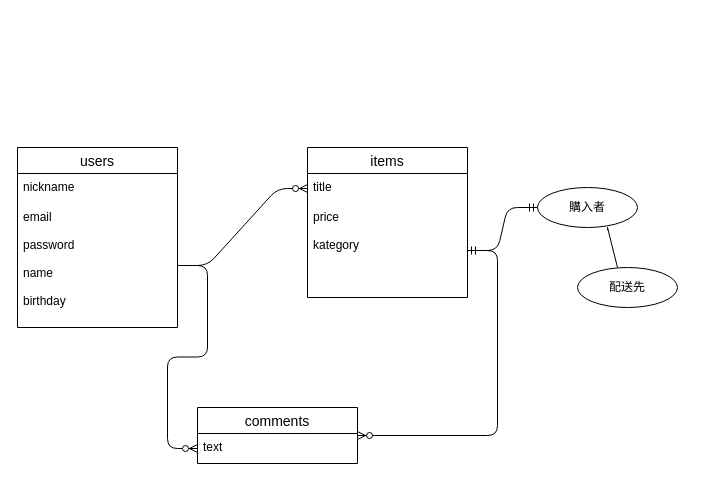
Before: furima.dio in YUYA1995/furima-35146, a draw.io diagram. Source tidied: cells renumbered, new cells numbered last; positions are measured from the earlier drawing's top-left corner, leaving out a move shared by most shapes. Both pictures are drawn from the tidied source at 100%, with x=0, y=0 at pixel (17, 147).
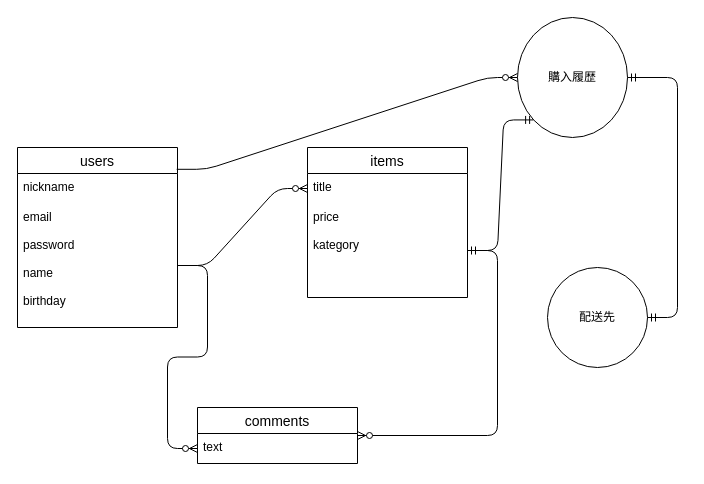
Above is the later version.

Commit message (it also covers changes not shown here):
6回目のデータベース修正

The edit, as a diff of the source:
```diff
@@
 <mxGraphModel>
   <root>
     <mxCell id="0" />
     <mxCell id="1" parent="0" />
     <mxCell id="2" value="users" style="swimlane;fontStyle=0;horizontal=1;startSize=26;align=center;fontSize=14;" parent="1" vertex="1">
       <mxGeometry width="160" height="180" as="geometry" />
     </mxCell>
     <mxCell id="3" value="nickname" style="text;strokeColor=none;fillColor=none;spacingLeft=4;spacingRight=4;overflow=hidden;points=[[0,0.5],[1,0.5]];portConstraint=eastwest;fontSize=12;" parent="2" vertex="1">
       <mxGeometry y="26" width="160" height="30" as="geometry" />
     </mxCell>
     <mxCell id="4" value="email&#10;&#10;password&#10;&#10;name&#10;&#10;birthday&#10;&#10;" style="text;strokeColor=none;fillColor=none;spacingLeft=4;spacingRight=4;overflow=hidden;points=[[0,0.5],[1,0.5]];portConstraint=eastwest;fontSize=12;" parent="2" vertex="1">
       <mxGeometry y="56" width="160" height="124" as="geometry" />
     </mxCell>
     <mxCell id="5" value="items" style="swimlane;fontStyle=0;horizontal=1;startSize=26;align=center;fontSize=14;" parent="1" vertex="1">
       <mxGeometry x="290" width="160" height="150" as="geometry" />
     </mxCell>
     <mxCell id="6" value="title &#10;&#10;" style="text;strokeColor=none;fillColor=none;spacingLeft=4;spacingRight=4;overflow=hidden;points=[[0,0.5],[1,0.5]];portConstraint=eastwest;fontSize=12;" parent="5" vertex="1">
       <mxGeometry y="26" width="160" height="30" as="geometry" />
     </mxCell>
     <mxCell id="7" value="price&#10;&#10;kategory&#10;&#10;" style="text;strokeColor=none;fillColor=none;spacingLeft=4;spacingRight=4;overflow=hidden;points=[[0,0.5],[1,0.5]];portConstraint=eastwest;fontSize=12;" parent="5" vertex="1">
       <mxGeometry y="56" width="160" height="94" as="geometry" />
     </mxCell>
     <mxCell id="8" style="edgeStyle=entityRelationEdgeStyle;fontSize=12;html=1;endArrow=ERzeroToMany;endFill=1;" parent="1" edge="1" source="4" target="6">
       <mxGeometry relative="1" as="geometry" />
     </mxCell>
     <mxCell id="9" value="comments" style="swimlane;fontStyle=0;horizontal=1;startSize=26;align=center;fontSize=14;" parent="1" vertex="1">
       <mxGeometry x="180" y="260" width="160" height="56" as="geometry" />
     </mxCell>
     <mxCell id="10" value="text" style="text;strokeColor=none;fillColor=none;spacingLeft=4;spacingRight=4;overflow=hidden;points=[[0,0.5],[1,0.5]];portConstraint=eastwest;fontSize=12;" parent="9" vertex="1">
       <mxGeometry y="26" width="160" height="30" as="geometry" />
     </mxCell>
     <mxCell id="11" style="edgeStyle=entityRelationEdgeStyle;fontSize=12;html=1;endArrow=ERzeroToMany;endFill=1;" parent="1" edge="1" source="7" target="9">
       <mxGeometry relative="1" as="geometry" />
     </mxCell>
     <mxCell id="12" style="edgeStyle=entityRelationEdgeStyle;fontSize=12;html=1;endArrow=ERzeroToMany;endFill=1;" parent="1" edge="1" source="4" target="10">
       <mxGeometry relative="1" as="geometry" />
     </mxCell>
-    <mxCell id="13" value="購入者" style="ellipse;whiteSpace=wrap;html=1;align=center;" parent="1" vertex="1">
-      <mxGeometry x="520" y="40" width="100" height="40" as="geometry" />
+    <mxCell id="13" value="購入履歴" style="ellipse;whiteSpace=wrap;html=1;align=center;" parent="1" vertex="1">
+      <mxGeometry x="500" y="-130" width="110" height="120" as="geometry" />
     </mxCell>
-    <mxCell id="14" style="endArrow=none;html=1;rounded=0;entryX=0.702;entryY=1.07;entryDx=0;entryDy=0;entryPerimeter=0;" parent="1" edge="1" target="13">
-      <mxGeometry relative="1" as="geometry">
-        <mxPoint x="600" y="120" as="sourcePoint" />
-        <Array as="points">
-          <mxPoint x="590" y="80" />
-        </Array>
-      </mxGeometry>
-    </mxCell>
     <mxCell id="15" value="配送先" style="ellipse;whiteSpace=wrap;html=1;align=center;" parent="1" vertex="1">
-      <mxGeometry x="560" y="120" width="100" height="40" as="geometry" />
+      <mxGeometry x="530" y="120" width="100" height="100" as="geometry" />
     </mxCell>
-    <mxCell id="16" style="edgeStyle=entityRelationEdgeStyle;fontSize=12;html=1;endArrow=ERmandOne;startArrow=ERmandOne;" parent="1" edge="1" source="7" target="13">
+    <mxCell id="16" style="edgeStyle=entityRelationEdgeStyle;fontSize=12;html=1;endArrow=ERmandOne;startArrow=ERmandOne;entryX=0;entryY=1;entryDx=0;entryDy=0;" parent="1" edge="1" source="7" target="13">
       <mxGeometry relative="1" as="geometry" />
     </mxCell>
+    <mxCell id="17" style="edgeStyle=entityRelationEdgeStyle;fontSize=12;html=1;endArrow=ERzeroToMany;endFill=1;exitX=0.995;exitY=-0.14;exitDx=0;exitDy=0;exitPerimeter=0;" parent="1" edge="1" source="3" target="13">
+      <mxGeometry relative="1" as="geometry" />
+    </mxCell>
+    <mxCell id="18" style="edgeStyle=entityRelationEdgeStyle;fontSize=12;html=1;endArrow=ERmandOne;startArrow=ERmandOne;" parent="1" edge="1" source="15" target="13">
+      <mxGeometry relative="1" as="geometry" />
+    </mxCell>
   </root>
 </mxGraphModel>
```
